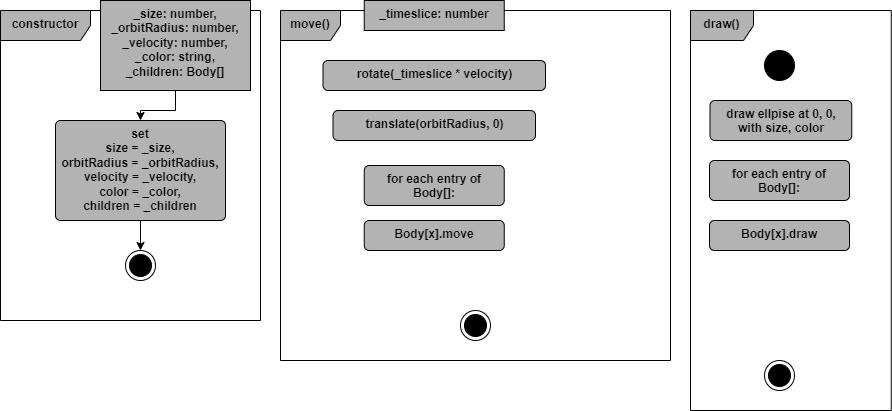
Before: SolarSystem/Concept/Activity_Body.png, a diagram exported from draw.io (JNiqua/Code-2). Source tidied: cells renumbered, new cells last; positions are measured from the earlier drawing's top-left corner, leaving out a move shared by most shapes.
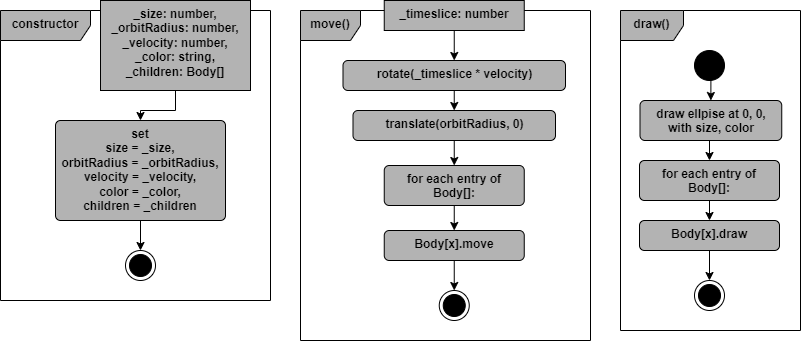
Later version of the same file.

What changed in the source:
```diff
@@ -3,7 +3,7 @@
     <mxCell id="0" />
     <mxCell id="1" parent="0" />
     <mxCell id="2" value="constructor" style="shape=umlFrame;whiteSpace=wrap;html=1;width=90;strokeColor=#000000;align=center;verticalAlign=top;swimlaneFillColor=#FFFFFF;fontFamily=Helvetica;fontSize=12;fontColor=#000000;fontStyle=1;labelBackgroundColor=none;fillColor=#B3B3B3;height=30;" parent="1" vertex="1">
-      <mxGeometry y="10" width="260" height="310" as="geometry" />
+      <mxGeometry y="10" width="270" height="290" as="geometry" />
     </mxCell>
     <mxCell id="3" style="ellipse;html=1;shape=endState;fillColor=strokeColor;strokeColor=#000000;align=center;verticalAlign=top;swimlaneFillColor=#FFFFFF;fontFamily=Helvetica;fontSize=12;fontColor=#000000;fontStyle=1;labelBackgroundColor=none;" parent="2" vertex="1">
       <mxGeometry x="125" y="240" width="30" height="30" as="geometry" />
@@ -21,56 +21,83 @@
       <mxGeometry x="55" y="110" width="170" height="100" as="geometry" />
     </mxCell>
     <mxCell id="8" value="move()" style="shape=umlFrame;whiteSpace=wrap;html=1;width=60;strokeColor=#000000;align=center;verticalAlign=top;swimlaneFillColor=#FFFFFF;fontFamily=Helvetica;fontSize=12;fontColor=#000000;fontStyle=1;labelBackgroundColor=none;fillColor=#B3B3B3;height=30;" parent="1" vertex="1">
-      <mxGeometry x="280" y="10" width="390" height="350" as="geometry" />
+      <mxGeometry x="300" y="10" width="290" height="330" as="geometry" />
     </mxCell>
+    <mxCell id="24" style="edgeStyle=orthogonalEdgeStyle;shape=connector;rounded=0;jettySize=auto;html=1;exitX=0.5;exitY=1;exitDx=0;exitDy=0;entryX=0.5;entryY=0;entryDx=0;entryDy=0;strokeColor=#000000;align=center;verticalAlign=middle;fontFamily=Helvetica;fontSize=12;fontColor=#000000;fontStyle=1;labelBackgroundColor=none;endArrow=classic;endFill=1;" parent="8" edge="1" source="9" target="12">
+      <mxGeometry relative="1" as="geometry" />
+    </mxCell>
     <mxCell id="9" value="_timeslice: number" style="fontStyle=1;whiteSpace=wrap;html=1;strokeColor=#000000;align=center;verticalAlign=top;swimlaneFillColor=#FFFFFF;fontFamily=Helvetica;fontSize=12;fontColor=#000000;labelBackgroundColor=none;fillColor=#B3B3B3;" parent="8" vertex="1">
       <mxGeometry x="83.8" y="-10" width="140" height="30" as="geometry" />
     </mxCell>
+    <mxCell id="25" style="edgeStyle=orthogonalEdgeStyle;shape=connector;rounded=0;jettySize=auto;html=1;exitX=0.5;exitY=1;exitDx=0;exitDy=0;entryX=0.5;entryY=0;entryDx=0;entryDy=0;strokeColor=#000000;align=center;verticalAlign=middle;fontFamily=Helvetica;fontSize=12;fontColor=#000000;fontStyle=1;labelBackgroundColor=none;endArrow=classic;endFill=1;" parent="8" edge="1" source="10" target="14">
+      <mxGeometry relative="1" as="geometry" />
+    </mxCell>
     <mxCell id="10" value="for each entry of Body[]:" style="html=1;align=center;verticalAlign=top;rounded=1;absoluteArcSize=1;arcSize=10;dashed=0;whiteSpace=wrap;strokeColor=#000000;swimlaneFillColor=#FFFFFF;fontFamily=Helvetica;fontSize=12;fontColor=#000000;fontStyle=1;labelBackgroundColor=none;fillColor=#B3B3B3;" parent="8" vertex="1">
       <mxGeometry x="83.8" y="155" width="140" height="40" as="geometry" />
     </mxCell>
     <mxCell id="11" style="ellipse;html=1;shape=endState;fillColor=strokeColor;strokeColor=#000000;align=center;verticalAlign=top;swimlaneFillColor=#FFFFFF;fontFamily=Helvetica;fontSize=12;fontColor=#000000;fontStyle=1;labelBackgroundColor=none;" parent="8" vertex="1">
-      <mxGeometry x="180" y="300" width="30" height="30" as="geometry" />
+      <mxGeometry x="138.8" y="280" width="30" height="30" as="geometry" />
     </mxCell>
+    <mxCell id="26" style="edgeStyle=orthogonalEdgeStyle;shape=connector;rounded=0;jettySize=auto;html=1;exitX=0.5;exitY=1;exitDx=0;exitDy=0;entryX=0.5;entryY=0;entryDx=0;entryDy=0;strokeColor=#000000;align=center;verticalAlign=middle;fontFamily=Helvetica;fontSize=12;fontColor=#000000;fontStyle=1;labelBackgroundColor=none;endArrow=classic;endFill=1;" parent="8" edge="1" source="12" target="13">
+      <mxGeometry relative="1" as="geometry" />
+    </mxCell>
     <mxCell id="12" value="rotate(_timeslice * velocity)" style="html=1;align=center;verticalAlign=top;rounded=1;absoluteArcSize=1;arcSize=10;dashed=0;whiteSpace=wrap;strokeColor=#000000;swimlaneFillColor=#FFFFFF;fontFamily=Helvetica;fontSize=12;fontColor=#000000;fontStyle=1;labelBackgroundColor=none;fillColor=#B3B3B3;" parent="8" vertex="1">
       <mxGeometry x="42.5" y="50" width="222.5" height="30" as="geometry" />
     </mxCell>
+    <mxCell id="27" style="edgeStyle=orthogonalEdgeStyle;shape=connector;rounded=0;jettySize=auto;html=1;exitX=0.5;exitY=1;exitDx=0;exitDy=0;entryX=0.5;entryY=0;entryDx=0;entryDy=0;strokeColor=#000000;align=center;verticalAlign=middle;fontFamily=Helvetica;fontSize=12;fontColor=#000000;fontStyle=1;labelBackgroundColor=none;endArrow=classic;endFill=1;" parent="8" edge="1" source="13" target="10">
+      <mxGeometry relative="1" as="geometry" />
+    </mxCell>
     <mxCell id="13" value="translate(orbitRadius, 0)" style="html=1;align=center;verticalAlign=top;rounded=1;absoluteArcSize=1;arcSize=10;dashed=0;whiteSpace=wrap;strokeColor=#000000;swimlaneFillColor=#FFFFFF;fontFamily=Helvetica;fontSize=12;fontColor=#000000;fontStyle=1;labelBackgroundColor=none;fillColor=#B3B3B3;" parent="8" vertex="1">
       <mxGeometry x="52.5" y="100" width="202.5" height="30" as="geometry" />
     </mxCell>
+    <mxCell id="28" style="edgeStyle=orthogonalEdgeStyle;shape=connector;rounded=0;jettySize=auto;html=1;exitX=0.5;exitY=1;exitDx=0;exitDy=0;entryX=0.5;entryY=0;entryDx=0;entryDy=0;strokeColor=#000000;align=center;verticalAlign=middle;fontFamily=Helvetica;fontSize=12;fontColor=#000000;fontStyle=1;labelBackgroundColor=none;endArrow=classic;endFill=1;" parent="8" edge="1" source="14" target="11">
+      <mxGeometry relative="1" as="geometry" />
+    </mxCell>
     <mxCell id="14" value="Body[x].move" style="html=1;align=center;verticalAlign=top;rounded=1;absoluteArcSize=1;arcSize=10;dashed=0;whiteSpace=wrap;strokeColor=#000000;swimlaneFillColor=#FFFFFF;fontFamily=Helvetica;fontSize=12;fontColor=#000000;fontStyle=1;labelBackgroundColor=none;fillColor=#B3B3B3;" parent="8" vertex="1">
-      <mxGeometry x="83.8" y="210" width="140" height="30" as="geometry" />
+      <mxGeometry x="83.8" y="220" width="140" height="30" as="geometry" />
     </mxCell>
     <mxCell id="15" value="draw()" style="shape=umlFrame;whiteSpace=wrap;html=1;width=63;strokeColor=#000000;align=center;verticalAlign=top;swimlaneFillColor=#FFFFFF;fontFamily=Helvetica;fontSize=12;fontColor=#000000;fontStyle=1;labelBackgroundColor=none;fillColor=#B3B3B3;height=30;" parent="1" vertex="1">
-      <mxGeometry x="690" y="10" width="200.8" height="400" as="geometry" />
+      <mxGeometry x="620" y="10" width="180" height="320" as="geometry" />
     </mxCell>
+    <mxCell id="29" style="edgeStyle=orthogonalEdgeStyle;shape=connector;rounded=0;jettySize=auto;html=1;exitX=0.5;exitY=1;exitDx=0;exitDy=0;entryX=0.5;entryY=0;entryDx=0;entryDy=0;strokeColor=#000000;align=center;verticalAlign=middle;fontFamily=Helvetica;fontSize=12;fontColor=#000000;fontStyle=1;labelBackgroundColor=none;endArrow=classic;endFill=1;" parent="15" edge="1" source="16" target="22">
+      <mxGeometry relative="1" as="geometry" />
+    </mxCell>
     <mxCell id="16" style="ellipse;fillColor=strokeColor;html=1;strokeColor=#000000;align=center;verticalAlign=top;swimlaneFillColor=#FFFFFF;fontFamily=Helvetica;fontSize=12;fontColor=#000000;fontStyle=1;labelBackgroundColor=none;" parent="15" vertex="1">
       <mxGeometry x="74" y="40" width="30" height="30" as="geometry" />
     </mxCell>
-    <mxCell id="17" style="edgeStyle=orthogonalEdgeStyle;shape=connector;rounded=0;jettySize=auto;html=1;exitX=0.5;exitY=1;exitDx=0;exitDy=0;entryX=0.5;entryY=0;entryDx=0;entryDy=0;strokeColor=#000000;align=center;verticalAlign=middle;fontFamily=Helvetica;fontSize=12;fontColor=#000000;fontStyle=1;labelBackgroundColor=none;endArrow=classic;" parent="15" edge="1" target="x">
+    <mxCell id="17" style="edgeStyle=orthogonalEdgeStyle;shape=connector;rounded=0;orthogonalLoop=1;jettySize=auto;html=1;exitX=0.5;exitY=1;exitDx=0;exitDy=0;entryX=0.5;entryY=0;entryDx=0;entryDy=0;strokeColor=#000000;align=center;verticalAlign=middle;fontFamily=Helvetica;fontSize=12;fontColor=#000000;fontStyle=1;labelBackgroundColor=none;endArrow=classic;" parent="15" edge="1">
       <mxGeometry relative="1" as="geometry">
         <mxPoint x="89" y="170" as="sourcePoint" />
       </mxGeometry>
     </mxCell>
-    <mxCell id="18" style="edgeStyle=orthogonalEdgeStyle;shape=connector;rounded=0;jettySize=auto;html=1;exitX=0.5;exitY=1;exitDx=0;exitDy=0;strokeColor=#000000;align=center;verticalAlign=middle;fontFamily=Helvetica;fontSize=12;fontColor=#000000;fontStyle=1;labelBackgroundColor=none;endArrow=classic;" parent="15" edge="1" target="x">
+    <mxCell id="18" style="edgeStyle=orthogonalEdgeStyle;shape=connector;rounded=0;orthogonalLoop=1;jettySize=auto;html=1;exitX=0.5;exitY=1;exitDx=0;exitDy=0;strokeColor=#000000;align=center;verticalAlign=middle;fontFamily=Helvetica;fontSize=12;fontColor=#000000;fontStyle=1;labelBackgroundColor=none;endArrow=classic;" parent="15" edge="1">
       <mxGeometry relative="1" as="geometry">
         <mxPoint x="89" y="220" as="sourcePoint" />
       </mxGeometry>
     </mxCell>
-    <mxCell id="19" style="edgeStyle=orthogonalEdgeStyle;shape=connector;rounded=0;jettySize=auto;html=1;exitX=0.5;exitY=1;exitDx=0;exitDy=0;strokeColor=#000000;align=center;verticalAlign=middle;fontFamily=Helvetica;fontSize=12;fontColor=#000000;fontStyle=1;labelBackgroundColor=none;endArrow=classic;" parent="15" edge="1" target="x">
+    <mxCell id="19" style="edgeStyle=orthogonalEdgeStyle;shape=connector;rounded=0;orthogonalLoop=1;jettySize=auto;html=1;exitX=0.5;exitY=1;exitDx=0;exitDy=0;strokeColor=#000000;align=center;verticalAlign=middle;fontFamily=Helvetica;fontSize=12;fontColor=#000000;fontStyle=1;labelBackgroundColor=none;endArrow=classic;" parent="15" edge="1">
       <mxGeometry relative="1" as="geometry">
         <mxPoint x="89" y="280" as="sourcePoint" />
       </mxGeometry>
     </mxCell>
     <mxCell id="20" style="ellipse;html=1;shape=endState;fillColor=strokeColor;strokeColor=#000000;align=center;verticalAlign=top;swimlaneFillColor=#FFFFFF;fontFamily=Helvetica;fontSize=12;fontColor=#000000;fontStyle=1;labelBackgroundColor=none;" parent="15" vertex="1">
-      <mxGeometry x="74" y="350" width="30" height="30" as="geometry" />
+      <mxGeometry x="74" y="270" width="30" height="30" as="geometry" />
     </mxCell>
+    <mxCell id="30" style="edgeStyle=orthogonalEdgeStyle;shape=connector;rounded=0;jettySize=auto;html=1;exitX=0.5;exitY=1;exitDx=0;exitDy=0;entryX=0.5;entryY=0;entryDx=0;entryDy=0;strokeColor=#000000;align=center;verticalAlign=middle;fontFamily=Helvetica;fontSize=12;fontColor=#000000;fontStyle=1;labelBackgroundColor=none;endArrow=classic;endFill=1;" parent="15" edge="1" source="21" target="23">
+      <mxGeometry relative="1" as="geometry" />
+    </mxCell>
     <mxCell id="21" value="for each entry of Body[]:" style="html=1;align=center;verticalAlign=top;rounded=1;absoluteArcSize=1;arcSize=10;dashed=0;whiteSpace=wrap;strokeColor=#000000;swimlaneFillColor=#FFFFFF;fontFamily=Helvetica;fontSize=12;fontColor=#000000;fontStyle=1;labelBackgroundColor=none;fillColor=#B3B3B3;" parent="15" vertex="1">
       <mxGeometry x="19" y="150" width="140" height="40" as="geometry" />
     </mxCell>
+    <mxCell id="31" style="edgeStyle=orthogonalEdgeStyle;shape=connector;rounded=0;jettySize=auto;html=1;exitX=0.5;exitY=1;exitDx=0;exitDy=0;entryX=0.5;entryY=0;entryDx=0;entryDy=0;strokeColor=#000000;align=center;verticalAlign=middle;fontFamily=Helvetica;fontSize=12;fontColor=#000000;fontStyle=1;labelBackgroundColor=none;endArrow=classic;endFill=1;" parent="15" edge="1" source="22" target="21">
+      <mxGeometry relative="1" as="geometry" />
+    </mxCell>
     <mxCell id="22" value="draw ellpise at 0, 0,&lt;div&gt;with size,&amp;nbsp;&lt;span style=&quot;background-color: initial;&quot;&gt;color&lt;/span&gt;&lt;/div&gt;" style="html=1;align=center;verticalAlign=top;rounded=1;absoluteArcSize=1;arcSize=10;dashed=0;whiteSpace=wrap;strokeColor=#000000;swimlaneFillColor=#FFFFFF;fontFamily=Helvetica;fontSize=12;fontColor=#000000;fontStyle=1;labelBackgroundColor=none;fillColor=#B3B3B3;" parent="15" vertex="1">
       <mxGeometry x="19.5" y="90" width="141.8" height="40" as="geometry" />
     </mxCell>
+    <mxCell id="32" style="edgeStyle=orthogonalEdgeStyle;shape=connector;rounded=0;jettySize=auto;html=1;exitX=0.5;exitY=1;exitDx=0;exitDy=0;entryX=0.5;entryY=0;entryDx=0;entryDy=0;strokeColor=#000000;align=center;verticalAlign=middle;fontFamily=Helvetica;fontSize=12;fontColor=#000000;fontStyle=1;labelBackgroundColor=none;endArrow=classic;endFill=1;" parent="15" edge="1" source="23" target="20">
+      <mxGeometry relative="1" as="geometry" />
+    </mxCell>
     <mxCell id="23" value="Body[x].draw" style="html=1;align=center;verticalAlign=top;rounded=1;absoluteArcSize=1;arcSize=10;dashed=0;whiteSpace=wrap;strokeColor=#000000;swimlaneFillColor=#FFFFFF;fontFamily=Helvetica;fontSize=12;fontColor=#000000;fontStyle=1;labelBackgroundColor=none;fillColor=#B3B3B3;" parent="15" vertex="1">
       <mxGeometry x="19" y="210" width="140" height="30" as="geometry" />
     </mxCell>
```
